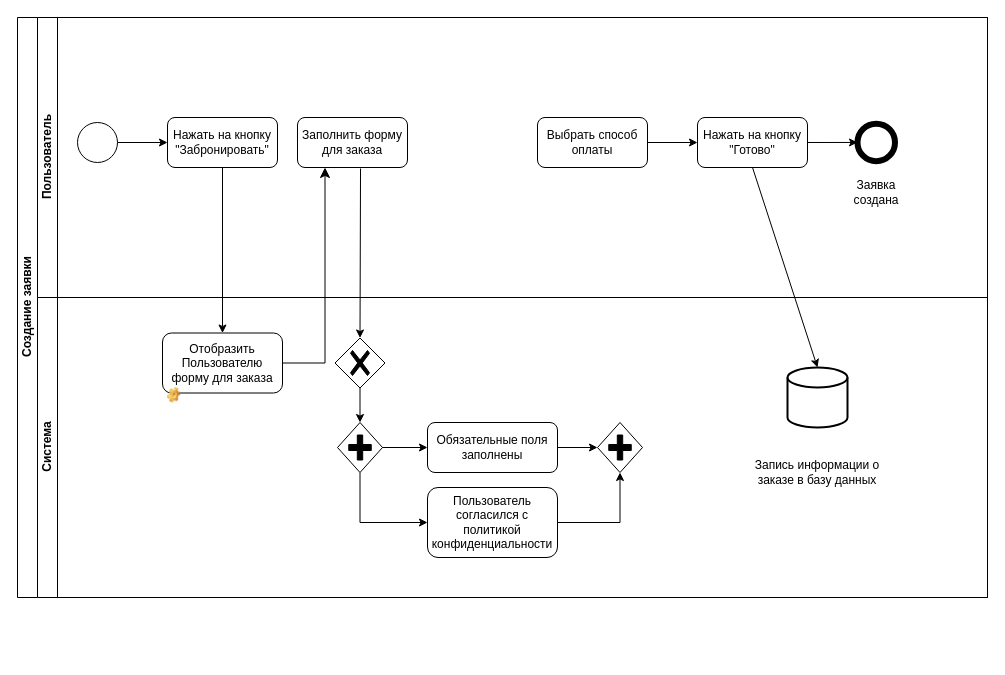
Above: BPMN_study.drawio in pytonuserouner/UML_study (draw.io), before the change. Source tidied: cells renumbered, new cells numbered last; positions are measured from the earlier drawing's top-left corner, leaving out a move shared by most shapes. Both pictures are drawn from the tidied source at 100%, with x=0, y=0 at pixel (17, 17).
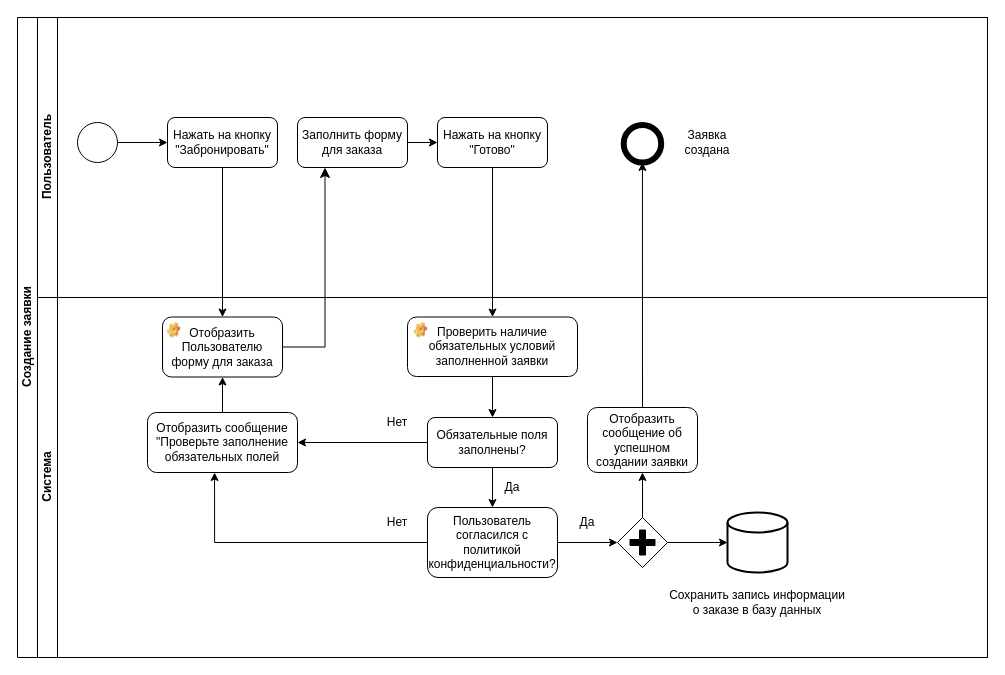
After the change.

The change refers to these unchanged cells:
```xml
<mxCell id="3" value="Пользователь" style="swimlane;html=1;startSize=20;horizontal=0;" parent="2" vertex="1">
  <mxGeometry x="20" width="950" height="280" as="geometry" />
</mxCell>
<mxCell id="7" value="Заполнить форму для заказа" style="rounded=1;whiteSpace=wrap;html=1;" parent="3" vertex="1">
  <mxGeometry x="260" y="100" width="110" height="50" as="geometry" />
</mxCell>
```

The edit, as a diff of the source:
```diff
@@
     <mxCell id="2" value="Создание заявки" style="swimlane;html=1;horizontal=0;startSize=20;" parent="1" vertex="1">
-      <mxGeometry width="970" height="580" as="geometry" />
+      <mxGeometry width="970" height="640" as="geometry" />
     </mxCell>
@@
-    <mxCell id="8" value="Выбрать способ оплаты" style="rounded=1;whiteSpace=wrap;html=1;" parent="3" vertex="1">
-      <mxGeometry x="500" y="100" width="110" height="50" as="geometry" />
-    </mxCell>
+    <mxCell id="11" style="ellipse;whiteSpace=wrap;html=1;strokeWidth=6;" parent="3" vertex="1">
+      <mxGeometry x="586.2" y="107.5" width="37.5" height="37.5" as="geometry" />
+    </mxCell>
+    <mxCell id="13" value="Заявка создана" style="text;html=1;align=center;verticalAlign=middle;whiteSpace=wrap;rounded=0;" parent="3" vertex="1">
+      <mxGeometry x="640" y="110" width="60" height="30" as="geometry" />
+    </mxCell>
     <mxCell id="9" value="Нажать на кнопку &quot;Готово&quot;" style="rounded=1;whiteSpace=wrap;html=1;" parent="3" vertex="1">
-      <mxGeometry x="660" y="100" width="110" height="50" as="geometry" />
+      <mxGeometry x="400" y="100" width="110" height="50" as="geometry" />
     </mxCell>
-    <mxCell id="10" style="endArrow=classic;html=1;rounded=0;exitX=1;exitY=0.5;exitDx=0;exitDy=0;entryX=0;entryY=0.5;entryDx=0;entryDy=0;" parent="3" edge="1" source="8" target="9">
-      <mxGeometry relative="1" as="geometry" />
-    </mxCell>
-    <mxCell id="11" style="ellipse;whiteSpace=wrap;html=1;strokeWidth=6;" parent="3" vertex="1">
-      <mxGeometry x="820" y="106.2" width="37.5" height="37.5" as="geometry" />
-    </mxCell>
-    <mxCell id="12" style="endArrow=classic;html=1;rounded=0;exitX=1;exitY=0.5;exitDx=0;exitDy=0;entryX=0;entryY=0.5;entryDx=0;entryDy=0;" parent="3" edge="1" source="9" target="11">
-      <mxGeometry relative="1" as="geometry" />
-    </mxCell>
-    <mxCell id="13" value="Заявка создана" style="text;html=1;align=center;verticalAlign=middle;whiteSpace=wrap;rounded=0;" parent="3" vertex="1">
-      <mxGeometry x="808.8" y="160" width="60" height="30" as="geometry" />
-    </mxCell>
+    <mxCell id="33" style="endArrow=classic;html=1;rounded=0;exitX=1;exitY=0.5;exitDx=0;exitDy=0;entryX=0;entryY=0.5;entryDx=0;entryDy=0;" parent="3" edge="1" source="7" target="9">
+      <mxGeometry relative="1" as="geometry" />
+    </mxCell>
@@
-    <mxCell id="16" style="endArrow=classic;html=1;rounded=0;exitX=0.5;exitY=1;exitDx=0;exitDy=0;entryX=0.5;entryY=0;entryDx=0;entryDy=0;entryPerimeter=0;" parent="2" edge="1" source="9" target="19">
-      <mxGeometry relative="1" as="geometry" />
-    </mxCell>
     <mxCell id="17" value="Система" style="swimlane;html=1;startSize=20;horizontal=0;" parent="2" vertex="1">
-      <mxGeometry x="20" y="280" width="950" height="300" as="geometry" />
+      <mxGeometry x="20" y="280" width="950" height="360" as="geometry" />
     </mxCell>
     <mxCell id="18" value="Отобразить Пользователю форму для заказа" style="rounded=1;whiteSpace=wrap;html=1;" parent="17" vertex="1">
-      <mxGeometry x="125" y="35.5" width="120" height="60" as="geometry" />
+      <mxGeometry x="125" y="19.5" width="120" height="60" as="geometry" />
     </mxCell>
     <mxCell id="19" style="strokeWidth=2;html=1;shape=mxgraph.flowchart.database;whiteSpace=wrap;" parent="17" vertex="1">
-      <mxGeometry x="750" y="70" width="60" height="60" as="geometry" />
+      <mxGeometry x="690" y="215" width="60" height="60" as="geometry" />
     </mxCell>
     <mxCell id="20" style="shape=image;html=1;verticalLabelPosition=bottom;verticalAlign=top;imageAspect=1;image=img/clipart/Gear_128x128.png;" parent="17" vertex="1">
-      <mxGeometry x="130" y="90" width="13.2" height="15.5" as="geometry" />
+      <mxGeometry x="130" y="25" width="13.2" height="15.5" as="geometry" />
     </mxCell>
-    <mxCell id="21" value="Запись информации о заказе в базу данных" style="text;html=1;align=center;verticalAlign=middle;whiteSpace=wrap;rounded=0;" parent="17" vertex="1">
-      <mxGeometry x="700" y="160" width="160" height="30" as="geometry" />
+    <mxCell id="21" value="Сохранить запись информации о заказе в базу данных" style="text;html=1;align=center;verticalAlign=middle;whiteSpace=wrap;rounded=0;" parent="17" vertex="1">
+      <mxGeometry x="630" y="290" width="180" height="30" as="geometry" />
     </mxCell>
-    <mxCell id="22" style="points=[[0.25,0.25,0],[0.5,0,0],[0.75,0.25,0],[1,0.5,0],[0.75,0.75,0],[0.5,1,0],[0.25,0.75,0],[0,0.5,0]];shape=mxgraph.bpmn.gateway2;html=1;verticalLabelPosition=bottom;labelBackgroundColor=#ffffff;verticalAlign=top;align=center;perimeter=rhombusPerimeter;outlineConnect=0;outline=none;symbol=none;gwType=parallel;" parent="17" vertex="1">
-      <mxGeometry x="300" y="125" width="45" height="50" as="geometry" />
-    </mxCell>
-    <mxCell id="23" value="Обязательные поля заполнены" style="rounded=1;whiteSpace=wrap;html=1;" parent="17" vertex="1">
-      <mxGeometry x="390" y="125" width="130" height="50" as="geometry" />
+    <mxCell id="23" value="Обязательные поля заполнены?" style="rounded=1;whiteSpace=wrap;html=1;" parent="17" vertex="1">
+      <mxGeometry x="390" y="120" width="130" height="50" as="geometry" />
     </mxCell>
-    <mxCell id="24" style="endArrow=classic;html=1;rounded=0;entryX=0;entryY=0.5;entryDx=0;entryDy=0;exitX=1;exitY=0.5;exitDx=0;exitDy=0;exitPerimeter=0;" parent="17" edge="1" source="22" target="23">
-      <mxGeometry relative="1" as="geometry" />
-    </mxCell>
-    <mxCell id="25" value="Пользователь согласился с политикой конфиденциальности" style="rounded=1;whiteSpace=wrap;html=1;" parent="17" vertex="1">
-      <mxGeometry x="390" y="190" width="130" height="70" as="geometry" />
+    <mxCell id="25" value="Пользователь согласился с политикой конфиденциальности?" style="rounded=1;whiteSpace=wrap;html=1;" parent="17" vertex="1">
+      <mxGeometry x="390" y="210" width="130" height="70" as="geometry" />
     </mxCell>
-    <mxCell id="26" style="endArrow=classic;html=1;rounded=0;entryX=0;entryY=0.5;entryDx=0;entryDy=0;exitX=0.5;exitY=1;exitDx=0;exitDy=0;exitPerimeter=0;edgeStyle=orthogonalEdgeStyle;" parent="17" edge="1" source="22" target="25">
-      <mxGeometry relative="1" as="geometry" />
-    </mxCell>
-    <mxCell id="27" style="points=[[0.25,0.25,0],[0.5,0,0],[0.75,0.25,0],[1,0.5,0],[0.75,0.75,0],[0.5,1,0],[0.25,0.75,0],[0,0.5,0]];shape=mxgraph.bpmn.gateway2;html=1;verticalLabelPosition=bottom;labelBackgroundColor=#ffffff;verticalAlign=top;align=center;perimeter=rhombusPerimeter;outlineConnect=0;outline=none;symbol=none;gwType=exclusive;" parent="17" vertex="1">
-      <mxGeometry x="297.5" y="40.5" width="50" height="50" as="geometry" />
-    </mxCell>
-    <mxCell id="28" style="endArrow=classic;html=1;rounded=0;exitX=0.5;exitY=1;exitDx=0;exitDy=0;exitPerimeter=0;entryX=0.5;entryY=0;entryDx=0;entryDy=0;entryPerimeter=0;" parent="17" edge="1" source="27" target="22">
-      <mxGeometry relative="1" as="geometry" />
-    </mxCell>
-    <mxCell id="29" style="points=[[0.25,0.25,0],[0.5,0,0],[0.75,0.25,0],[1,0.5,0],[0.75,0.75,0],[0.5,1,0],[0.25,0.75,0],[0,0.5,0]];shape=mxgraph.bpmn.gateway2;html=1;verticalLabelPosition=bottom;labelBackgroundColor=#ffffff;verticalAlign=top;align=center;perimeter=rhombusPerimeter;outlineConnect=0;outline=none;symbol=none;gwType=parallel;" parent="17" vertex="1">
-      <mxGeometry x="560" y="125" width="45" height="50" as="geometry" />
-    </mxCell>
-    <mxCell id="30" style="endArrow=classic;html=1;rounded=0;exitX=1;exitY=0.5;exitDx=0;exitDy=0;entryX=0;entryY=0.5;entryDx=0;entryDy=0;entryPerimeter=0;" parent="17" edge="1" source="23" target="29">
-      <mxGeometry relative="1" as="geometry" />
-    </mxCell>
-    <mxCell id="31" style="endArrow=classic;html=1;rounded=0;exitX=1;exitY=0.5;exitDx=0;exitDy=0;entryX=0.5;entryY=1;entryDx=0;entryDy=0;entryPerimeter=0;edgeStyle=orthogonalEdgeStyle;" parent="17" edge="1" source="25" target="29">
-      <mxGeometry relative="1" as="geometry" />
-    </mxCell>
-    <mxCell id="32" style="endArrow=classic;html=1;rounded=0;exitX=0.573;exitY=1.02;exitDx=0;exitDy=0;exitPerimeter=0;entryX=0.5;entryY=0;entryDx=0;entryDy=0;entryPerimeter=0;" parent="2" edge="1" source="7" target="27">
-      <mxGeometry relative="1" as="geometry" />
-    </mxCell>
+    <mxCell id="34" value="Проверить наличие обязательных условий заполненной заявки" style="rounded=1;whiteSpace=wrap;html=1;" parent="17" vertex="1">
+      <mxGeometry x="370" y="19.5" width="170" height="59.5" as="geometry" />
+    </mxCell>
+    <mxCell id="35" style="shape=image;html=1;verticalLabelPosition=bottom;verticalAlign=top;imageAspect=1;image=img/clipart/Gear_128x128.png;" parent="17" vertex="1">
+      <mxGeometry x="376.8" y="25" width="13.2" height="15.5" as="geometry" />
+    </mxCell>
+    <mxCell id="36" style="endArrow=classic;html=1;rounded=0;exitX=0.5;exitY=1;exitDx=0;exitDy=0;" parent="17" edge="1" source="34" target="23">
+      <mxGeometry relative="1" as="geometry" />
+    </mxCell>
+    <mxCell id="37" value="Нет" style="text;html=1;align=center;verticalAlign=middle;whiteSpace=wrap;rounded=0;" parent="17" vertex="1">
+      <mxGeometry x="330" y="110" width="60" height="30" as="geometry" />
+    </mxCell>
+    <mxCell id="38" style="endArrow=classic;html=1;rounded=0;exitX=0.5;exitY=0;exitDx=0;exitDy=0;entryX=0.5;entryY=1;entryDx=0;entryDy=0;" parent="17" edge="1" target="18">
+      <mxGeometry relative="1" as="geometry">
+        <mxPoint x="185" y="120" as="sourcePoint" />
+      </mxGeometry>
+    </mxCell>
+    <mxCell id="39" style="endArrow=classic;html=1;rounded=0;exitX=0.5;exitY=1;exitDx=0;exitDy=0;entryX=0.5;entryY=0;entryDx=0;entryDy=0;" parent="17" edge="1" source="23" target="25">
+      <mxGeometry relative="1" as="geometry" />
+    </mxCell>
+    <mxCell id="40" value="Да" style="text;html=1;align=center;verticalAlign=middle;whiteSpace=wrap;rounded=0;" parent="17" vertex="1">
+      <mxGeometry x="445" y="175" width="60" height="30" as="geometry" />
+    </mxCell>
+    <mxCell id="41" value="Нет" style="text;html=1;align=center;verticalAlign=middle;whiteSpace=wrap;rounded=0;" parent="17" vertex="1">
+      <mxGeometry x="330" y="210" width="60" height="30" as="geometry" />
+    </mxCell>
+    <mxCell id="42" value="Да" style="text;html=1;align=center;verticalAlign=middle;whiteSpace=wrap;rounded=0;" parent="17" vertex="1">
+      <mxGeometry x="520" y="210" width="60" height="30" as="geometry" />
+    </mxCell>
+    <mxCell id="43" style="points=[[0.25,0.25,0],[0.5,0,0],[0.75,0.25,0],[1,0.5,0],[0.75,0.75,0],[0.5,1,0],[0.25,0.75,0],[0,0.5,0]];shape=mxgraph.bpmn.gateway2;html=1;verticalLabelPosition=bottom;labelBackgroundColor=#ffffff;verticalAlign=top;align=center;perimeter=rhombusPerimeter;outlineConnect=0;outline=none;symbol=none;gwType=parallel;" parent="17" vertex="1">
+      <mxGeometry x="580" y="220" width="50" height="50" as="geometry" />
+    </mxCell>
+    <mxCell id="44" style="endArrow=classic;html=1;rounded=0;exitX=1;exitY=0.5;exitDx=0;exitDy=0;entryX=0;entryY=0.5;entryDx=0;entryDy=0;entryPerimeter=0;" parent="17" edge="1" source="25" target="43">
+      <mxGeometry relative="1" as="geometry" />
+    </mxCell>
+    <mxCell id="16" style="endArrow=classic;html=1;rounded=0;exitX=1;exitY=0.5;exitDx=0;exitDy=0;entryX=0;entryY=0.5;entryDx=0;entryDy=0;entryPerimeter=0;exitPerimeter=0;" parent="17" edge="1" source="43" target="19">
+      <mxGeometry relative="1" as="geometry" />
+    </mxCell>
+    <mxCell id="8" value="Отобразить сообщение об успешном создании заявки" style="rounded=1;whiteSpace=wrap;html=1;" parent="17" vertex="1">
+      <mxGeometry x="550" y="110" width="110" height="65" as="geometry" />
+    </mxCell>
+    <mxCell id="45" style="endArrow=classic;html=1;rounded=0;exitX=0.5;exitY=0;exitDx=0;exitDy=0;exitPerimeter=0;entryX=0.5;entryY=1;entryDx=0;entryDy=0;" parent="17" edge="1" source="43" target="8">
+      <mxGeometry relative="1" as="geometry" />
+    </mxCell>
+    <mxCell id="46" value="Отобразить сообщение &quot;Проверьте заполнение обязательных полей" style="rounded=1;whiteSpace=wrap;html=1;" parent="17" vertex="1">
+      <mxGeometry x="110" y="115" width="150" height="60" as="geometry" />
+    </mxCell>
+    <mxCell id="47" style="endArrow=classic;html=1;rounded=0;entryX=1;entryY=0.5;entryDx=0;entryDy=0;exitX=0;exitY=0.5;exitDx=0;exitDy=0;" parent="17" edge="1" source="23" target="46">
+      <mxGeometry relative="1" as="geometry" />
+    </mxCell>
+    <mxCell id="48" style="endArrow=classic;html=1;rounded=0;exitX=0;exitY=0.5;exitDx=0;exitDy=0;entryX=0.447;entryY=1;entryDx=0;entryDy=0;entryPerimeter=0;edgeStyle=orthogonalEdgeStyle;" parent="17" edge="1" source="25" target="46">
+      <mxGeometry relative="1" as="geometry" />
+    </mxCell>
+    <mxCell id="49" style="endArrow=classic;html=1;rounded=0;exitX=0.5;exitY=1;exitDx=0;exitDy=0;entryX=0.5;entryY=0;entryDx=0;entryDy=0;" parent="2" edge="1" source="9" target="34">
+      <mxGeometry relative="1" as="geometry" />
+    </mxCell>
+    <mxCell id="50" style="endArrow=classic;html=1;rounded=0;exitX=0.5;exitY=0;exitDx=0;exitDy=0;entryX=0.5;entryY=1;entryDx=0;entryDy=0;" parent="2" edge="1" source="8" target="11">
+      <mxGeometry relative="1" as="geometry" />
+    </mxCell>
```
